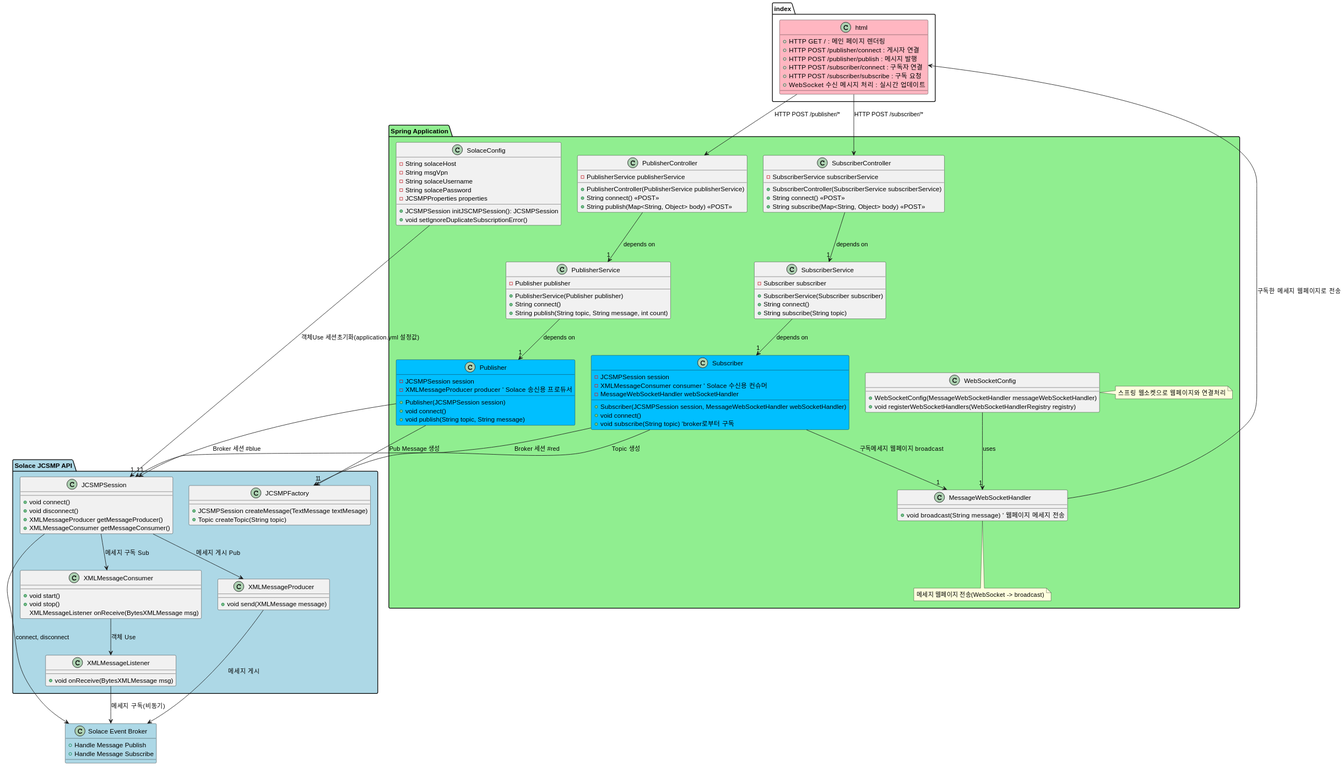
Above: src/main/resources/images/classDiagram.svg in okaypark/Solace_JCSMP_API_Test (PlantUML), before the change.
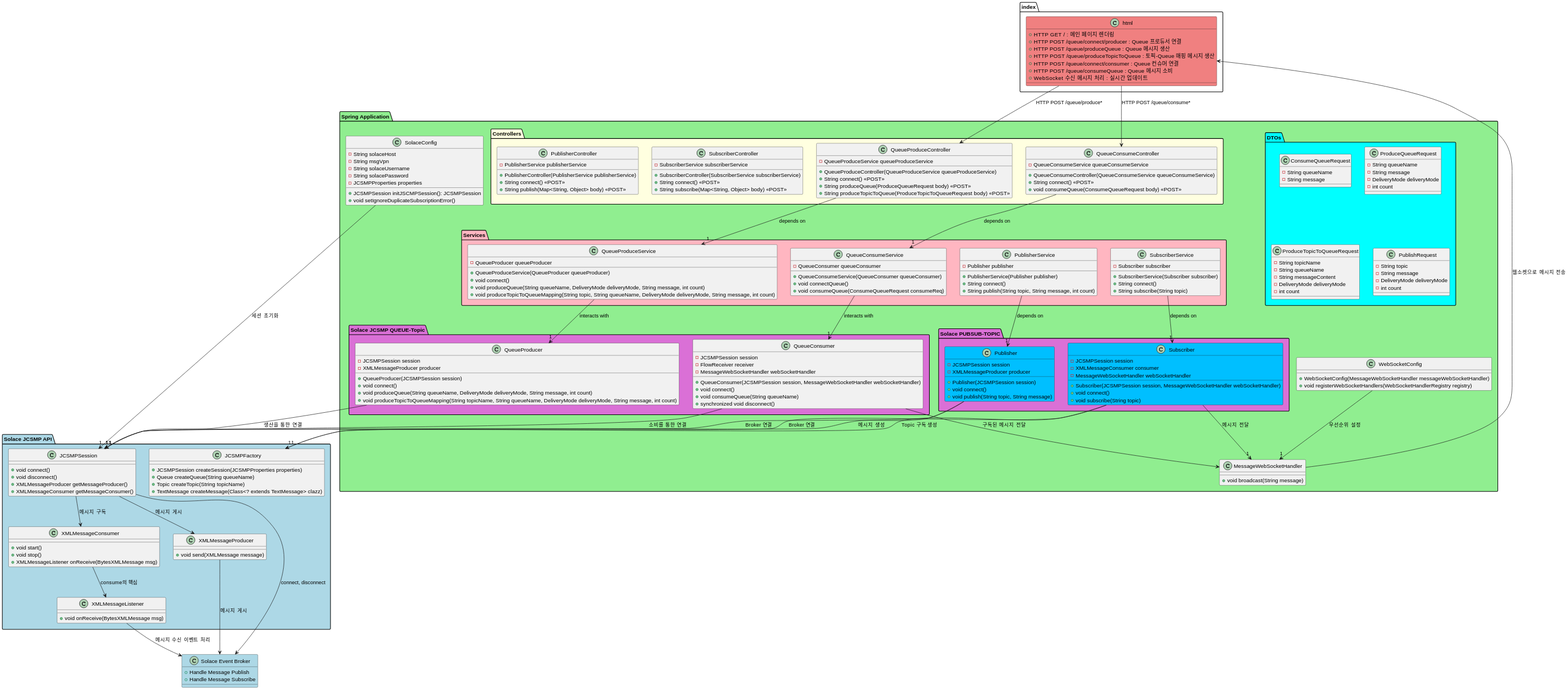
Above is the later version.

The edit, as a diff of the source:
```diff
@@ -16,124 +16,215 @@
         + void setIgnoreDuplicateSubscriptionError()
     }
 
-
     class WebSocketConfig {
         + WebSocketConfig(MessageWebSocketHandler messageWebSocketHandler)
         + void registerWebSocketHandlers(WebSocketHandlerRegistry registry)
     }
-    note right of WebSocketConfig
-    스프링 웹소켓으로 웹페이지와 연결처리
-    end note
 
     class MessageWebSocketHandler {
-        + void broadcast(String message) ' 웹페이지 메세지 전송
-    }
-    note bottom of MessageWebSocketHandler
-    메세지 웹페이지 전송(WebSocket -> broadcast)
-    end note
-
-    class PublisherController {
-        - PublisherService publisherService
-        + PublisherController(PublisherService publisherService)
-        + String connect() <<POST>>
-        + String publish(Map<String, Object> body) <<POST>>
+        + void broadcast(String message)
     }
 
-    class SubscriberController {
-        - SubscriberService subscriberService
-        + SubscriberController(SubscriberService subscriberService)
-        + String connect() <<POST>>
-        + String subscribe(Map<String, Object> body) <<POST>>
+    package "Controllers" #lightyellow {
+        class PublisherController {
+            - PublisherService publisherService
+            + PublisherController(PublisherService publisherService)
+            + String connect() <<POST>>
+            + String publish(Map<String, Object> body) <<POST>>
+        }
+
+        class SubscriberController {
+            - SubscriberService subscriberService
+            + SubscriberController(SubscriberService subscriberService)
+            + String connect() <<POST>>
+            + String subscribe(Map<String, Object> body) <<POST>>
+        }
+        class QueueConsumeController {
+            - QueueConsumeService queueConsumeService
+            + QueueConsumeController(QueueConsumeService queueConsumeService)
+            + String connect() <<POST>>
+            + void consumeQueue(ConsumeQueueRequest body) <<POST>>
+        }
+
+        class QueueProduceController {
+            - QueueProduceService queueProduceService
+            + QueueProduceController(QueueProduceService queueProduceService)
+            + String connect() <<POST>>
+            + String produceQueue(ProduceQueueRequest body) <<POST>>
+            + String produceTopicToQueue(ProduceTopicToQueueRequest body) <<POST>>
+        }
     }
 
-    class PublisherService {
-        - Publisher publisher
-        + PublisherService(Publisher publisher)
-        + String connect()
-        + String publish(String topic, String message, int count)
+    package "DTOs" #cyan {
+        class ConsumeQueueRequest {
+            - String queueName
+            - String message
+        }
+
+        class ProduceQueueRequest {
+            - String queueName
+            - String message
+            - DeliveryMode deliveryMode
+            - int count
+        }
+
+        class ProduceTopicToQueueRequest {
+            - String topicName
+            - String queueName
+            - String messageContent
+            - DeliveryMode deliveryMode
+            - int count
+        }
+
+        class PublishRequest {
+            - String topic
+            - String message
+            - DeliveryMode deliveryMode
+            - int count
+        }
     }
 
-    class SubscriberService {
-        - Subscriber subscriber
-        + SubscriberService(Subscriber subscriber)
-        + String connect()
-        + String subscribe(String topic)
+    package "Services" #lightpink {
+        class PublisherService {
+            - Publisher publisher
+            + PublisherService(Publisher publisher)
+            + String connect()
+            + String publish(String topic, String message, int count)
+        }
+
+        class SubscriberService {
+            - Subscriber subscriber
+            + SubscriberService(Subscriber subscriber)
+            + String connect()
+            + String subscribe(String topic)
+        }
+        class QueueConsumeService {
+            - QueueConsumer queueConsumer
+            + QueueConsumeService(QueueConsumer queueConsumer)
+            + void connectQueue()
+            + void consumeQueue(ConsumeQueueRequest consumeReq)
+        }
+
+        class QueueProduceService {
+            - QueueProducer queueProducer
+            + QueueProduceService(QueueProducer queueProducer)
+            + void connect()
+            + void produceQueue(String queueName, DeliveryMode deliveryMode, String message, int count)
+            + void produceTopicToQueueMapping(String topic, String queueName, DeliveryMode deliveryMode, String message, int count)
+        }
+    }
+    package "Solace JCSMP QUEUE-Topic" #orchid {
+        class QueueConsumer {
+            - JCSMPSession session
+            - FlowReceiver receiver
+            - MessageWebSocketHandler webSocketHandler
+            + QueueConsumer(JCSMPSession session, MessageWebSocketHandler webSocketHandler)
+            + void connect()
+            + void consumeQueue(String queueName)
+            + synchronized void disconnect()
+        }
+
+        class QueueProducer {
+            - JCSMPSession session
+            - XMLMessageProducer producer
+            + QueueProducer(JCSMPSession session)
+            + void connect()
+            + void produceQueue(String queueName, DeliveryMode deliveryMode, String message, int count)
+            + void produceTopicToQueueMapping(String topicName, String queueName, DeliveryMode deliveryMode, String message, int count)
+        }
     }
 
-    class Publisher #deepskyblue{
-        - JCSMPSession session
-        - XMLMessageProducer producer ' Solace 송신용 프로듀서
-        + Publisher(JCSMPSession session)
-        + void connect()
-        + void publish(String topic, String message)
+    package "Solace PUBSUB-TOPIC" #orchid {
+        class Publisher #deepskyblue {
+                - JCSMPSession session
+                - XMLMessageProducer producer
+                + Publisher(JCSMPSession session)
+                + void connect()
+                + void publish(String topic, String message)
+            }
+
+            class Subscriber #deepskyblue {
+                - JCSMPSession session
+                - XMLMessageConsumer consumer
+                - MessageWebSocketHandler webSocketHandler
+                + Subscriber(JCSMPSession session, MessageWebSocketHandler webSocketHandler)
+                + void connect()
+                + void subscribe(String topic)
+            }
+        }
     }
 
-    class Subscriber #deepskyblue{
-        - JCSMPSession session
-        - XMLMessageConsumer consumer ' Solace 수신용 컨슈머
-        - MessageWebSocketHandler webSocketHandler
-        + Subscriber(JCSMPSession session, MessageWebSocketHandler webSocketHandler)
-        + void connect()
-        + void subscribe(String topic) 'broker로부터 구독
+    package "Solace JCSMP API" #lightblue {
+        class JCSMPSession {
+            + void connect()
+            + void disconnect()
+            + XMLMessageProducer getMessageProducer()
+            + XMLMessageConsumer getMessageConsumer()
+        }
+
+        class XMLMessageProducer {
+            + void send(XMLMessage message)
+        }
+
+        class XMLMessageConsumer {
+            + void start()
+            + void stop()
+            + XMLMessageListener onReceive(BytesXMLMessage msg)
+        }
+
+        class XMLMessageListener {
+            + void onReceive(BytesXMLMessage msg)
+        }
+
+        class JCSMPFactory {
+            + JCSMPSession createSession(JCSMPProperties properties)
+            + Queue createQueue(String queueName)
+            + Topic createTopic(String topicName)
+            + TextMessage createMessage(Class<? extends TextMessage> clazz)
+        }
     }
 
-
-}
-
-class "index.html" #lightpink{
-    + HTTP GET / : 메인 페이지 렌더링
-    + HTTP POST /publisher/connect : 게시자 연결
-    + HTTP POST /publisher/publish : 메시지 발행
-    + HTTP POST /subscriber/connect : 구독자 연결
-    + HTTP POST /subscriber/subscribe : 구독 요청
-    + WebSocket 수신 메시지 처리 : 실시간 업데이트
-}
-package "Solace JCSMP API" #lightblue {
-    class JCSMPSession {
-        + void connect()
-        + void disconnect()
-        + XMLMessageProducer getMessageProducer()
-        + XMLMessageConsumer getMessageConsumer()
+    class "index.html" #lightcoral {
+        + HTTP GET / : 메인 페이지 렌더링
+        + HTTP POST /queue/connect/producer : Queue 프로듀서 연결
+        + HTTP POST /queue/produceQueue : Queue 메시지 생산
+        + HTTP POST /queue/produceTopicToQueue : 토픽-Queue 매핑 메시지 생산
+        + HTTP POST /queue/connect/consumer : Queue 컨슈머 연결
+        + HTTP POST /queue/consumeQueue : Queue 메시지 소비
+        + WebSocket 수신 메시지 처리 : 실시간 업데이트
     }
 
-    class XMLMessageProducer {
-        + void send(XMLMessage message)
-    }
+    SolaceConfig --> "1" JCSMPSession : 세션 초기화
+    WebSocketConfig --> "1" MessageWebSocketHandler : 우선순위 설정
 
-    class XMLMessageConsumer {
-        + void start()
-        + void stop()
-         XMLMessageListener onReceive(BytesXMLMessage msg)
-    }
+    QueueConsumeController --> "1" QueueConsumeService : depends on
+    QueueProduceController --> "1" QueueProduceService : depends on
 
-    class XMLMessageListener {
-        + void onReceive(BytesXMLMessage msg)
-    }
+    QueueConsumeService --> "1" QueueConsumer : interacts with
+    QueueProduceService --> "1" QueueProducer : interacts with
+    QueueConsumer --> "1" JCSMPSession : 소비를 통한 연결
+    QueueProducer --> "1" JCSMPSession : 생산을 통한 연결
 
-    class JCSMPFactory {
-        + JCSMPSession createMessage(TextMessage textMesage)
-        + Topic createTopic(String topic)
-    }
-}
+    MessageWebSocketHandler --> "index.html" : 웹소켓으로 메시지 전송
+    QueueConsumer --> "MessageWebSocketHandler" : 구독된 메시지 전달
 
-SolaceConfig --> "1" JCSMPSession : 객체Use 세션초기화(application.yml 설정값)
-WebSocketConfig --> "1" MessageWebSocketHandler : uses
-PublisherController --> "1" PublisherService : depends on
-SubscriberController --> "1" SubscriberService : depends on
-Publisher --> "1" JCSMPSession : Broker 세션 #blue
-Subscriber --> "1" JCSMPSession : Broker 세션 #red
-Publisher --> "1" JCSMPFactory : Pub Message 생성
-Subscriber --> "1" JCSMPFactory : Topic 생성
-Subscriber --> "1" MessageWebSocketHandler : 구독메세지 웹페이지 broadcast
-MessageWebSocketHandler --> "index.html" : 구독한 메세지 웹페이지로 전송
-PublisherService --> "1" Publisher : depends on
-SubscriberService --> "1" Subscriber : depends on
-JCSMPSession --> "Solace Event Broker" : connect, disconnect
-JCSMPSession --> "XMLMessageProducer" : 메세지 게시 Pub
-JCSMPSession --> "XMLMessageConsumer" : 메세지 구독 Sub
-XMLMessageConsumer --> "XMLMessageListener" : 객체 Use
-XMLMessageProducer --> "Solace Event Broker" : 메세지 게시
-XMLMessageListener --> "Solace Event Broker" : 메세지 구독(비동기)
-"index.html" --> PublisherController : HTTP POST /publisher/*
-"index.html" --> SubscriberController : HTTP POST /subscriber/*
-@enduml
+    PublisherService --> "1" Publisher : depends on
+    SubscriberService --> "1" Subscriber : depends on
+
+    Publisher --> "1" JCSMPSession : Broker 연결
+    Subscriber --> "1" JCSMPSession : Broker 연결
+    Publisher --> "1" JCSMPFactory : 메시지 생성
+    Subscriber --> "1" JCSMPFactory : Topic 구독 생성
+    Subscriber --> "1" MessageWebSocketHandler : 메시지 전달
+
+    "index.html" --> QueueProduceController : HTTP POST /queue/produce*
+    "index.html" --> QueueConsumeController : HTTP POST /queue/consume*
+
+    JCSMPSession --> "Solace Event Broker" : connect, disconnect
+    JCSMPSession --> "XMLMessageProducer" : 메시지 게시
+    JCSMPSession --> "XMLMessageConsumer" : 메시지 구독
+    XMLMessageConsumer --> "XMLMessageListener" : consume의 핵심
+    XMLMessageProducer --> "Solace Event Broker" : 메시지 게시
+    XMLMessageListener --> "Solace Event Broker" : 메시지 수신 이벤트 처리
+
+    @enduml
```
